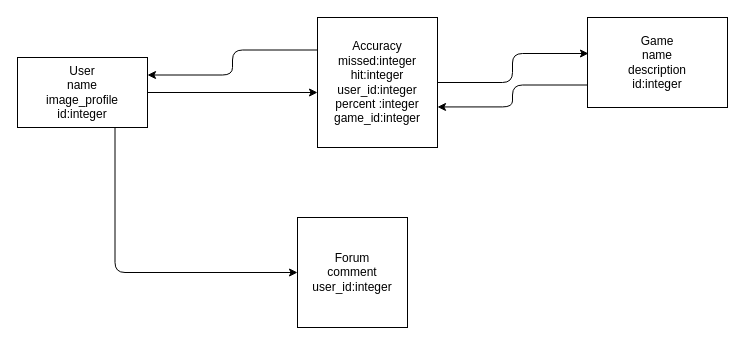
The draw.io diagram Models.dio in wthwang38/phase-5-capstone-aimassist, before the edit. Source tidied: cells renumbered, new cells numbered last; positions are measured from the earlier drawing's top-left corner, leaving out a move shared by most shapes. Both pictures are drawn from the tidied source at 100%, with x=0, y=0 at pixel (17, 17).
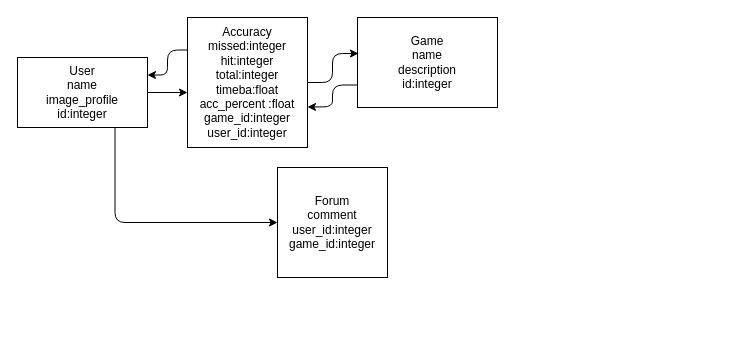
After the change.

The edit, as a diff of the source:
```diff
@@
 <mxGraphModel>
   <root>
     <mxCell id="0" />
     <mxCell id="1" parent="0" />
     <mxCell id="2" style="edgeStyle=orthogonalEdgeStyle;html=1;exitX=0.75;exitY=1;exitDx=0;exitDy=0;entryX=0;entryY=0.5;entryDx=0;entryDy=0;" parent="1" edge="1" source="4" target="10">
       <mxGeometry relative="1" as="geometry" />
     </mxCell>
     <mxCell id="3" style="edgeStyle=orthogonalEdgeStyle;html=1;exitX=1;exitY=0.5;exitDx=0;exitDy=0;entryX=0;entryY=0.577;entryDx=0;entryDy=0;entryPerimeter=0;" parent="1" edge="1" source="4" target="7">
       <mxGeometry relative="1" as="geometry" />
     </mxCell>
     <mxCell id="4" value="User&lt;br&gt;name&lt;br&gt;image_profile&lt;br&gt;id:integer" style="rounded=0;whiteSpace=wrap;html=1;" parent="1" vertex="1">
       <mxGeometry y="40" width="130" height="70" as="geometry" />
     </mxCell>
     <mxCell id="5" style="edgeStyle=orthogonalEdgeStyle;html=1;entryX=0.007;entryY=0.4;entryDx=0;entryDy=0;entryPerimeter=0;" parent="1" edge="1" source="7" target="9">
       <mxGeometry relative="1" as="geometry" />
     </mxCell>
     <mxCell id="6" style="edgeStyle=orthogonalEdgeStyle;html=1;exitX=0;exitY=0.25;exitDx=0;exitDy=0;entryX=1;entryY=0.25;entryDx=0;entryDy=0;" parent="1" edge="1" source="7" target="4">
       <mxGeometry relative="1" as="geometry" />
     </mxCell>
-    <mxCell id="7" value="Accuracy&lt;br&gt;missed:integer&lt;br&gt;hit:integer&lt;br&gt;user_id:integer&lt;br&gt;percent :integer&lt;br&gt;game_id:integer" style="rounded=0;whiteSpace=wrap;html=1;" parent="1" vertex="1">
-      <mxGeometry x="300" width="120" height="130" as="geometry" />
+    <mxCell id="7" value="Accuracy&lt;br&gt;missed:integer&lt;br&gt;hit:integer&lt;br&gt;total:integer&lt;br&gt;timeba:float&lt;br&gt;acc_percent :float&lt;br&gt;game_id:integer&lt;br&gt;user_id:integer" style="rounded=0;whiteSpace=wrap;html=1;" parent="1" vertex="1">
+      <mxGeometry x="170" width="120" height="130" as="geometry" />
     </mxCell>
     <mxCell id="8" style="edgeStyle=orthogonalEdgeStyle;html=1;exitX=0;exitY=0.75;exitDx=0;exitDy=0;entryX=1;entryY=0.688;entryDx=0;entryDy=0;entryPerimeter=0;" parent="1" edge="1" source="9" target="7">
       <mxGeometry relative="1" as="geometry" />
     </mxCell>
     <mxCell id="9" value="Game&lt;br&gt;name&lt;br&gt;description&lt;br&gt;id:integer" style="rounded=0;whiteSpace=wrap;html=1;" parent="1" vertex="1">
-      <mxGeometry x="570" width="140" height="90" as="geometry" />
+      <mxGeometry x="340" width="140" height="90" as="geometry" />
     </mxCell>
-    <mxCell id="10" value="Forum&lt;br&gt;comment&lt;br&gt;user_id:integer" style="whiteSpace=wrap;html=1;" parent="1" vertex="1">
-      <mxGeometry x="280" y="200" width="110" height="110" as="geometry" />
+    <mxCell id="10" value="Forum&lt;br&gt;comment&lt;br&gt;user_id:integer&lt;br&gt;game_id:integer" style="whiteSpace=wrap;html=1;rotation=0;" parent="1" vertex="1">
+      <mxGeometry x="260" y="150" width="110" height="110" as="geometry" />
     </mxCell>
     <mxCell id="11" style="edgeStyle=orthogonalEdgeStyle;html=1;exitX=1;exitY=0;exitDx=0;exitDy=0;entryX=1;entryY=0;entryDx=0;entryDy=0;" parent="1" edge="1" source="4" target="4">
       <mxGeometry relative="1" as="geometry" />
     </mxCell>
   </root>
 </mxGraphModel>
```
